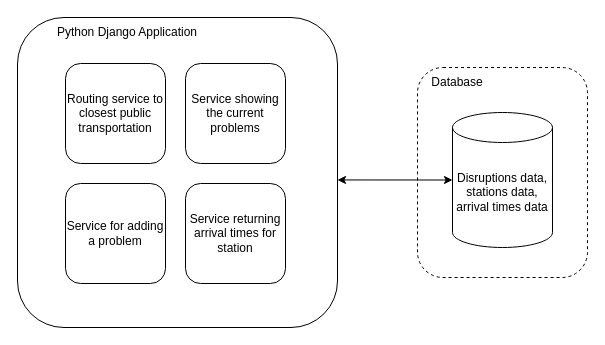
The draw.io diagram diagram/application_monolithic.drawio in Cl3mensM/monolithic-microservices-architectures-case-study, before the edit. Source tidied: cells renumbered, new cells numbered last; positions are measured from the earlier drawing's top-left corner, leaving out a move shared by most shapes. Both pictures are drawn from the tidied source at 100%, with x=0, y=0 at pixel (17, 17).
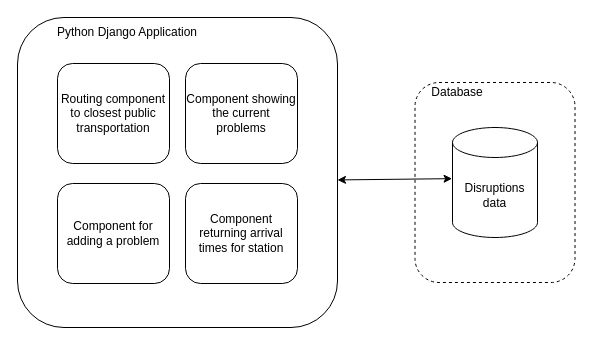
The same page after the edit.

Commit message (it also covers changes not shown here):
Renamed monolithic parts from service to components

Change to the diagram source:
```diff
@@
 <mxGraphModel>
   <root>
     <mxCell id="0" />
     <mxCell id="1" parent="0" />
     <mxCell id="2" style="rounded=1;whiteSpace=wrap;html=1;" parent="1" vertex="1">
       <mxGeometry width="320" height="310" as="geometry" />
     </mxCell>
-    <mxCell id="3" value="Routing service to closest public transportation" style="rounded=1;whiteSpace=wrap;html=1;" parent="1" vertex="1">
-      <mxGeometry x="48" y="46" width="100" height="100" as="geometry" />
+    <mxCell id="3" value="Routing component to closest public transportation" style="rounded=1;whiteSpace=wrap;html=1;" parent="1" vertex="1">
+      <mxGeometry x="40" y="46" width="112" height="100" as="geometry" />
     </mxCell>
     <mxCell id="4" value="Python Django Application" style="text;html=1;align=center;verticalAlign=middle;whiteSpace=wrap;rounded=0;" parent="1" vertex="1">
       <mxGeometry x="30" width="160" height="30" as="geometry" />
     </mxCell>
-    <mxCell id="5" value="Service showing the current problems" style="rounded=1;whiteSpace=wrap;html=1;" parent="1" vertex="1">
-      <mxGeometry x="168" y="46" width="100" height="100" as="geometry" />
+    <mxCell id="5" value="Component showing the current problems" style="rounded=1;whiteSpace=wrap;html=1;" parent="1" vertex="1">
+      <mxGeometry x="168" y="46" width="112" height="100" as="geometry" />
     </mxCell>
-    <mxCell id="6" value="Service for adding a problem" style="rounded=1;whiteSpace=wrap;html=1;" parent="1" vertex="1">
-      <mxGeometry x="48" y="166" width="100" height="100" as="geometry" />
+    <mxCell id="6" value="Component for adding a problem" style="rounded=1;whiteSpace=wrap;html=1;" parent="1" vertex="1">
+      <mxGeometry x="40" y="166" width="112" height="100" as="geometry" />
     </mxCell>
-    <mxCell id="7" value="Service returning arrival times for station" style="rounded=1;whiteSpace=wrap;html=1;" parent="1" vertex="1">
-      <mxGeometry x="168" y="166" width="100" height="100" as="geometry" />
+    <mxCell id="7" value="Component returning arrival times for station" style="rounded=1;whiteSpace=wrap;html=1;" parent="1" vertex="1">
+      <mxGeometry x="168" y="166" width="112" height="100" as="geometry" />
     </mxCell>
     <mxCell id="8" style="rounded=1;whiteSpace=wrap;html=1;dashed=1;" parent="1" vertex="1">
-      <mxGeometry x="400" y="50" width="170" height="210" as="geometry" />
+      <mxGeometry x="397.5" y="65" width="160" height="200" as="geometry" />
     </mxCell>
-    <mxCell id="9" value="Disruptions data, stations data, arrival times data" style="shape=cylinder3;whiteSpace=wrap;html=1;boundedLbl=1;backgroundOutline=1;size=15;" parent="1" vertex="1">
-      <mxGeometry x="435" y="95" width="100" height="135" as="geometry" />
+    <mxCell id="9" value="Disruptions data" style="shape=cylinder3;whiteSpace=wrap;html=1;boundedLbl=1;backgroundOutline=1;size=15;" parent="1" vertex="1">
+      <mxGeometry x="435" y="110" width="85" height="110" as="geometry" />
     </mxCell>
     <mxCell id="10" value="Database" style="text;html=1;align=center;verticalAlign=middle;whiteSpace=wrap;rounded=0;" parent="1" vertex="1">
-      <mxGeometry x="410" y="50" width="60" height="30" as="geometry" />
+      <mxGeometry x="410" y="60" width="60" height="30" as="geometry" />
     </mxCell>
-    <mxCell id="11" style="endArrow=classic;startArrow=classic;html=1;rounded=0;entryX=0;entryY=0.5;entryDx=0;entryDy=0;entryPerimeter=0;exitX=1;exitY=0.524;exitDx=0;exitDy=0;exitPerimeter=0;" parent="1" edge="1" source="2" target="9">
+    <mxCell id="11" style="endArrow=classic;startArrow=classic;html=1;rounded=0;entryX=-0.005;entryY=0.465;entryDx=0;entryDy=0;entryPerimeter=0;exitX=1;exitY=0.524;exitDx=0;exitDy=0;exitPerimeter=0;" parent="1" edge="1" source="2" target="9">
       <mxGeometry relative="1" as="geometry" />
     </mxCell>
   </root>
 </mxGraphModel>
```
